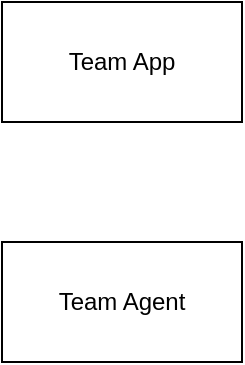
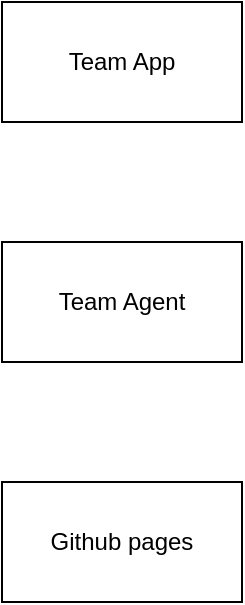
<mxfile host="app.diagrams.net" agent="Mozilla/5.0 (Macintosh; Intel Mac OS X 10_15_7) AppleWebKit/537.36 (KHTML, like Gecko) Chrome/114.0.0.0 Safari/537.36">
  <diagram name="Page-1" id="_EKFWRrgA-58Xb7w4iIu">
    <mxGraphModel dx="1034" dy="777" grid="1" gridSize="10" guides="1" tooltips="1" connect="1" arrows="1" fold="1" page="1" pageScale="1" pageWidth="1600" pageHeight="1715" math="0" shadow="0">
      <root>
        <mxCell id="0" />
        <mxCell id="1" parent="0" />
        <mxCell id="DDC-FKhIysPGOjN-8KM4-1" parent="1" style="rounded=0;whiteSpace=wrap;html=1;" value="Team App" vertex="1">
          <mxGeometry height="60" width="120" x="250" y="150" as="geometry" />
        </mxCell>
        <mxCell id="DDC-FKhIysPGOjN-8KM4-2" parent="1" style="rounded=0;whiteSpace=wrap;html=1;" value="Team Agent" vertex="1">
          <mxGeometry height="60" width="120" x="250" y="270" as="geometry" />
        </mxCell>
+         <mxCell id="DDC-FKhIysPGOjN-8KM4-3" parent="1" style="rounded=0;whiteSpace=wrap;html=1;" value="Github pages" vertex="1">
+           <mxGeometry height="60" width="120" x="250" y="390" as="geometry" />
+         </mxCell>
      </root>
    </mxGraphModel>
  </diagram>
</mxfile>
